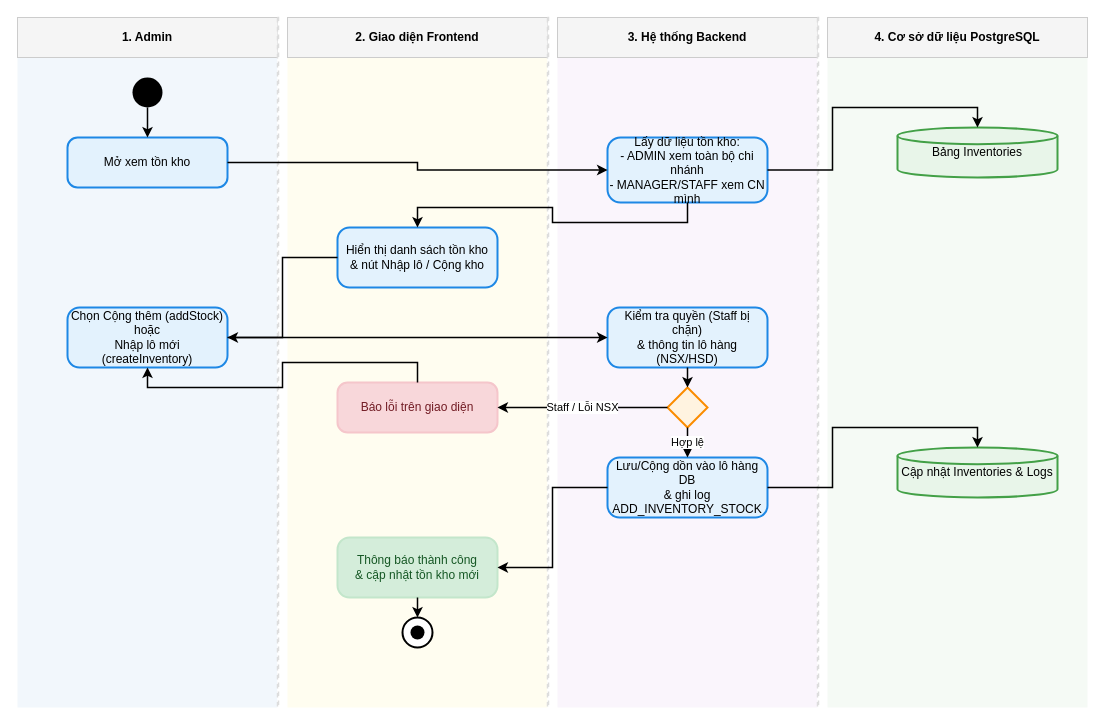
This is diagrams/admin/chuc_nang_quan_ly_ton_kho_admin.drawio from Nghiatv2006/KhoHang, a draw.io file, before an edit. Source tidied: cells renumbered, new cells numbered last; positions are measured from the earlier drawing's top-left corner, leaving out a move shared by most shapes. Both pictures are drawn from the tidied source at 100%, with x=0, y=0 at pixel (17, 17).
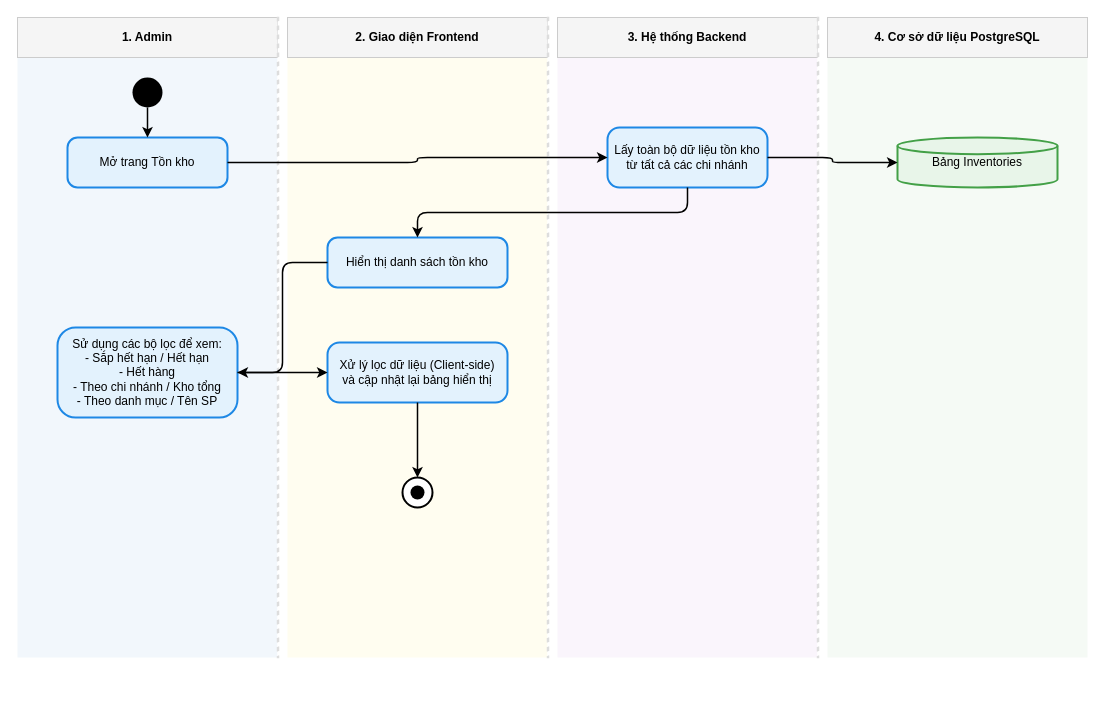
The same diagram, later.

Unchanged cells that the change refers to:
```xml
<mxCell id="13" style="ellipse;whiteSpace=wrap;html=1;fillColor=#000000;strokeColor=none;" parent="1" vertex="1">
  <mxGeometry x="115" y="60" width="30" height="30" as="geometry" />
</mxCell>
```

Change to the diagram source:
```diff
@@
     <mxCell id="2" style="fillColor=#f2f7fc;strokeColor=none;" parent="1" vertex="1">
-      <mxGeometry y="40" width="260" height="650" as="geometry" />
+      <mxGeometry y="40" width="260" height="600" as="geometry" />
     </mxCell>
@@
     <mxCell id="4" style="fillColor=#fffdf0;strokeColor=none;" parent="1" vertex="1">
-      <mxGeometry x="270" y="40" width="260" height="650" as="geometry" />
+      <mxGeometry x="270" y="40" width="260" height="600" as="geometry" />
     </mxCell>
@@
     <mxCell id="6" style="fillColor=#faf5fc;strokeColor=none;" parent="1" vertex="1">
-      <mxGeometry x="540" y="40" width="260" height="650" as="geometry" />
+      <mxGeometry x="540" y="40" width="260" height="600" as="geometry" />
     </mxCell>
@@
     <mxCell id="8" style="fillColor=#f5faf5;strokeColor=none;" parent="1" vertex="1">
-      <mxGeometry x="810" y="40" width="260" height="650" as="geometry" />
+      <mxGeometry x="810" y="40" width="260" height="600" as="geometry" />
     </mxCell>
@@
     <mxCell id="10" style="endArrow=none;dashed=1;html=1;strokeColor=#dddddd;strokeWidth=1.5;" parent="1" vertex="1">
-      <mxGeometry x="260" width="1" height="690" as="geometry" />
+      <mxGeometry x="260" width="1" height="640" as="geometry" />
     </mxCell>
     <mxCell id="11" style="endArrow=none;dashed=1;html=1;strokeColor=#dddddd;strokeWidth=1.5;" parent="1" vertex="1">
-      <mxGeometry x="530" width="1" height="690" as="geometry" />
+      <mxGeometry x="530" width="1" height="640" as="geometry" />
     </mxCell>
     <mxCell id="12" style="endArrow=none;dashed=1;html=1;strokeColor=#dddddd;strokeWidth=1.5;" parent="1" vertex="1">
-      <mxGeometry x="800" width="1" height="690" as="geometry" />
+      <mxGeometry x="800" width="1" height="640" as="geometry" />
     </mxCell>
@@
-    <mxCell id="14" value="Mở xem tồn kho" style="rounded=1;whiteSpace=wrap;html=1;arcSize=20;fillColor=#e3f2fd;strokeColor=#1e88e5;strokeWidth=2;fontColor=#000000;align=center;" parent="1" vertex="1">
+    <mxCell id="14" value="Mở trang Tồn kho" style="rounded=1;whiteSpace=wrap;html=1;arcSize=20;fillColor=#e3f2fd;strokeColor=#1e88e5;strokeWidth=2;fontColor=#000000;align=center;" parent="1" vertex="1">
       <mxGeometry x="50" y="120" width="160" height="50" as="geometry" />
     </mxCell>
-    <mxCell id="15" value="Lấy dữ liệu tồn kho:&lt;br/&gt;- ADMIN xem toàn bộ chi nhánh&lt;br/&gt;- MANAGER/STAFF xem CN mình" style="rounded=1;whiteSpace=wrap;html=1;arcSize=20;fillColor=#e3f2fd;strokeColor=#1e88e5;strokeWidth=2;fontColor=#000000;align=center;" parent="1" vertex="1">
-      <mxGeometry x="590" y="120" width="160" height="65" as="geometry" />
+    <mxCell id="15" value="Lấy toàn bộ dữ liệu tồn kho&lt;br/&gt;từ tất cả các chi nhánh" style="rounded=1;whiteSpace=wrap;html=1;arcSize=20;fillColor=#e3f2fd;strokeColor=#1e88e5;strokeWidth=2;fontColor=#000000;align=center;" parent="1" vertex="1">
+      <mxGeometry x="590" y="110" width="160" height="60" as="geometry" />
     </mxCell>
     <mxCell id="16" value="Bảng Inventories" style="strokeWidth=2;html=1;shape=mxgraph.flowchart.database;whiteSpace=wrap;fillColor=#e8f5e9;strokeColor=#43a047;fontColor=#000000;align=center;" parent="1" vertex="1">
-      <mxGeometry x="880" y="110" width="160" height="50" as="geometry" />
+      <mxGeometry x="880" y="120" width="160" height="50" as="geometry" />
     </mxCell>
-    <mxCell id="17" value="Hiển thị danh sách tồn kho&lt;br/&gt;&amp; nút Nhập lô / Cộng kho" style="rounded=1;whiteSpace=wrap;html=1;arcSize=20;fillColor=#e3f2fd;strokeColor=#1e88e5;strokeWidth=2;fontColor=#000000;align=center;" parent="1" vertex="1">
-      <mxGeometry x="320" y="210" width="160" height="60" as="geometry" />
+    <mxCell id="17" value="Hiển thị danh sách tồn kho" style="rounded=1;whiteSpace=wrap;html=1;arcSize=20;fillColor=#e3f2fd;strokeColor=#1e88e5;strokeWidth=2;fontColor=#000000;align=center;" parent="1" vertex="1">
+      <mxGeometry x="310" y="220" width="180" height="50" as="geometry" />
     </mxCell>
-    <mxCell id="18" value="Chọn Cộng thêm (addStock) hoặc&lt;br/&gt;Nhập lô mới (createInventory)" style="rounded=1;whiteSpace=wrap;html=1;arcSize=20;fillColor=#e3f2fd;strokeColor=#1e88e5;strokeWidth=2;fontColor=#000000;align=center;" parent="1" vertex="1">
-      <mxGeometry x="50" y="290" width="160" height="60" as="geometry" />
+    <mxCell id="18" value="Sử dụng các bộ lọc để xem:&lt;br/&gt;- Sắp hết hạn / Hết hạn&lt;br/&gt;- Hết hàng&lt;br/&gt;- Theo chi nhánh / Kho tổng&lt;br/&gt;- Theo danh mục / Tên SP" style="rounded=1;whiteSpace=wrap;html=1;arcSize=20;fillColor=#e3f2fd;strokeColor=#1e88e5;strokeWidth=2;fontColor=#000000;align=center;" parent="1" vertex="1">
+      <mxGeometry x="40" y="310" width="180" height="90" as="geometry" />
     </mxCell>
-    <mxCell id="19" value="Kiểm tra quyền (Staff bị chặn)&lt;br/&gt;&amp; thông tin lô hàng (NSX/HSD)" style="rounded=1;whiteSpace=wrap;html=1;arcSize=20;fillColor=#e3f2fd;strokeColor=#1e88e5;strokeWidth=2;fontColor=#000000;align=center;" parent="1" vertex="1">
-      <mxGeometry x="590" y="290" width="160" height="60" as="geometry" />
-    </mxCell>
-    <mxCell id="20" style="rhombus;whiteSpace=wrap;html=1;fillColor=#fff3e0;strokeColor=#fb8c00;strokeWidth=2;fontColor=#000000;align=center;" parent="1" vertex="1">
-      <mxGeometry x="650" y="370" width="40" height="40" as="geometry" />
-    </mxCell>
-    <mxCell id="21" value="Báo lỗi trên giao diện" style="rounded=1;whiteSpace=wrap;html=1;arcSize=20;fillColor=#f8d7da;strokeColor=#f5c6cb;strokeWidth=2;fontColor=#721c24;align=center;" parent="1" vertex="1">
-      <mxGeometry x="320" y="365" width="160" height="50" as="geometry" />
-    </mxCell>
-    <mxCell id="22" value="Lưu/Cộng dồn vào lô hàng DB&lt;br/&gt;&amp; ghi log ADD_INVENTORY_STOCK" style="rounded=1;whiteSpace=wrap;html=1;arcSize=20;fillColor=#e3f2fd;strokeColor=#1e88e5;strokeWidth=2;fontColor=#000000;align=center;" parent="1" vertex="1">
-      <mxGeometry x="590" y="440" width="160" height="60" as="geometry" />
-    </mxCell>
-    <mxCell id="23" value="Cập nhật Inventories &amp; Logs" style="strokeWidth=2;html=1;shape=mxgraph.flowchart.database;whiteSpace=wrap;fillColor=#e8f5e9;strokeColor=#43a047;fontColor=#000000;align=center;" parent="1" vertex="1">
-      <mxGeometry x="880" y="430" width="160" height="50" as="geometry" />
-    </mxCell>
-    <mxCell id="24" value="Thông báo thành công&lt;br/&gt;&amp; cập nhật tồn kho mới" style="rounded=1;whiteSpace=wrap;html=1;arcSize=20;fillColor=#d4edda;strokeColor=#c3e6cb;strokeWidth=2;fontColor=#155724;align=center;" parent="1" vertex="1">
-      <mxGeometry x="320" y="520" width="160" height="60" as="geometry" />
-    </mxCell>
+    <mxCell id="40" value="Xử lý lọc dữ liệu (Client-side)&lt;br/&gt;và cập nhật lại bảng hiển thị" style="rounded=1;whiteSpace=wrap;html=1;arcSize=20;fillColor=#e3f2fd;strokeColor=#1e88e5;strokeWidth=2;fontColor=#000000;align=center;" parent="1" vertex="1">
+      <mxGeometry x="310" y="325" width="180" height="60" as="geometry" />
+    </mxCell>
     <mxCell id="25" style="ellipse;whiteSpace=wrap;html=1;fillColor=#ffffff;strokeColor=#000000;strokeWidth=2;" parent="1" vertex="1">
-      <mxGeometry x="385" y="600" width="30" height="30" as="geometry" />
+      <mxGeometry x="385" y="460" width="30" height="30" as="geometry" />
     </mxCell>
     <mxCell id="26" style="ellipse;whiteSpace=wrap;html=1;fillColor=#000000;strokeColor=none;" parent="1" vertex="1">
-      <mxGeometry x="393" y="608" width="14" height="14" as="geometry" />
+      <mxGeometry x="393" y="468" width="14" height="14" as="geometry" />
     </mxCell>
-    <mxCell id="27" style="edgeStyle=orthogonalEdgeStyle;rounded=0;jettySize=auto;html=1;strokeColor=#000000;strokeWidth=1.5;endArrow=classic;" parent="1" edge="1" source="13" target="14">
+    <mxCell id="27" style="edgeStyle=orthogonalEdgeStyle;html=1;strokeColor=#000000;strokeWidth=1.5;endArrow=classic;" parent="1" edge="1" source="13" target="14">
       <mxGeometry relative="1" as="geometry" />
     </mxCell>
-    <mxCell id="28" style="edgeStyle=orthogonalEdgeStyle;rounded=0;jettySize=auto;html=1;strokeColor=#000000;strokeWidth=1.5;endArrow=classic;exitX=1;exitY=0.5;entryX=0;entryY=0.5;" parent="1" edge="1" source="14" target="15">
+    <mxCell id="28" style="edgeStyle=orthogonalEdgeStyle;html=1;strokeColor=#000000;strokeWidth=1.5;endArrow=classic;exitX=1;exitY=0.5;entryX=0;entryY=0.5;" parent="1" edge="1" source="14" target="15">
       <mxGeometry relative="1" as="geometry" />
     </mxCell>
-    <mxCell id="29" style="edgeStyle=orthogonalEdgeStyle;rounded=0;jettySize=auto;html=1;strokeColor=#000000;strokeWidth=1.5;endArrow=classic;exitX=1;exitY=0.5;entryX=0.5;entryY=0;" parent="1" edge="1" source="15" target="16">
+    <mxCell id="29" style="edgeStyle=orthogonalEdgeStyle;html=1;strokeColor=#000000;strokeWidth=1.5;endArrow=classic;exitX=1;exitY=0.5;entryX=0;entryY=0.5;" parent="1" edge="1" source="15" target="16">
       <mxGeometry relative="1" as="geometry" />
     </mxCell>
-    <mxCell id="30" style="edgeStyle=orthogonalEdgeStyle;rounded=0;jettySize=auto;html=1;strokeColor=#000000;strokeWidth=1.5;endArrow=classic;exitX=0.5;exitY=1;entryX=0.5;entryY=0;" parent="1" edge="1" source="15" target="17">
+    <mxCell id="30" style="edgeStyle=orthogonalEdgeStyle;html=1;strokeColor=#000000;strokeWidth=1.5;endArrow=classic;exitX=0.5;exitY=1;entryX=0.5;entryY=0;" parent="1" edge="1" source="15" target="17">
       <mxGeometry relative="1" as="geometry" />
     </mxCell>
-    <mxCell id="31" style="edgeStyle=orthogonalEdgeStyle;rounded=0;jettySize=auto;html=1;strokeColor=#000000;strokeWidth=1.5;endArrow=classic;exitX=0;exitY=0.5;entryX=1;entryY=0.5;" parent="1" edge="1" source="17" target="18">
+    <mxCell id="31" style="edgeStyle=orthogonalEdgeStyle;html=1;strokeColor=#000000;strokeWidth=1.5;endArrow=classic;exitX=0;exitY=0.5;entryX=1;entryY=0.5;" parent="1" edge="1" source="17" target="18">
       <mxGeometry relative="1" as="geometry" />
     </mxCell>
-    <mxCell id="32" style="edgeStyle=orthogonalEdgeStyle;rounded=0;jettySize=auto;html=1;strokeColor=#000000;strokeWidth=1.5;endArrow=classic;exitX=1;exitY=0.5;entryX=0;entryY=0.5;" parent="1" edge="1" source="18" target="19">
-      <mxGeometry relative="1" as="geometry" />
-    </mxCell>
-    <mxCell id="33" style="edgeStyle=orthogonalEdgeStyle;rounded=0;jettySize=auto;html=1;strokeColor=#000000;strokeWidth=1.5;endArrow=classic;exitX=0.5;exitY=1;entryX=0.5;entryY=0;" parent="1" edge="1" source="19" target="20">
-      <mxGeometry relative="1" as="geometry" />
-    </mxCell>
-    <mxCell id="34" value="Staff / Lỗi NSX" style="edgeStyle=orthogonalEdgeStyle;rounded=0;jettySize=auto;html=1;strokeColor=#000000;strokeWidth=1.5;endArrow=classic;exitX=0;exitY=0.5;entryX=1;entryY=0.5;" parent="1" edge="1" source="20" target="21">
-      <mxGeometry relative="1" as="geometry" />
-    </mxCell>
-    <mxCell id="35" style="edgeStyle=orthogonalEdgeStyle;rounded=0;jettySize=auto;html=1;strokeColor=#000000;strokeWidth=1.5;endArrow=classic;exitX=0.5;exitY=0;entryX=0.5;entryY=1;" parent="1" edge="1" source="21" target="18">
-      <mxGeometry relative="1" as="geometry" />
-    </mxCell>
-    <mxCell id="36" value="Hợp lệ" style="edgeStyle=orthogonalEdgeStyle;rounded=0;jettySize=auto;html=1;strokeColor=#000000;strokeWidth=1.5;endArrow=classic;exitX=0.5;exitY=1;entryX=0.5;entryY=0;" parent="1" edge="1" source="20" target="22">
-      <mxGeometry relative="1" as="geometry" />
-    </mxCell>
-    <mxCell id="37" style="edgeStyle=orthogonalEdgeStyle;rounded=0;jettySize=auto;html=1;strokeColor=#000000;strokeWidth=1.5;endArrow=classic;exitX=1;exitY=0.5;entryX=0.5;entryY=0;" parent="1" edge="1" source="22" target="23">
-      <mxGeometry relative="1" as="geometry" />
-    </mxCell>
-    <mxCell id="38" style="edgeStyle=orthogonalEdgeStyle;rounded=0;jettySize=auto;html=1;strokeColor=#000000;strokeWidth=1.5;endArrow=classic;exitX=0;exitY=0.5;entryX=1;entryY=0.5;" parent="1" edge="1" source="22" target="24">
-      <mxGeometry relative="1" as="geometry" />
-    </mxCell>
-    <mxCell id="39" style="edgeStyle=orthogonalEdgeStyle;rounded=0;jettySize=auto;html=1;strokeColor=#000000;strokeWidth=1.5;endArrow=classic;exitX=0.5;exitY=1;entryX=0.5;entryY=0;" parent="1" edge="1" source="24" target="25">
-      <mxGeometry relative="1" as="geometry" />
-    </mxCell>
+    <mxCell id="41" style="edgeStyle=orthogonalEdgeStyle;html=1;strokeColor=#000000;strokeWidth=1.5;endArrow=classic;exitX=1;exitY=0.5;entryX=0;entryY=0.5;" parent="1" edge="1" source="18" target="40">
+      <mxGeometry relative="1" as="geometry" />
+    </mxCell>
+    <mxCell id="42" style="edgeStyle=orthogonalEdgeStyle;html=1;strokeColor=#000000;strokeWidth=1.5;endArrow=classic;exitX=0.5;exitY=1;entryX=0.5;entryY=0;" parent="1" edge="1" source="40" target="25">
+      <mxGeometry relative="1" as="geometry" />
+    </mxCell>
```
